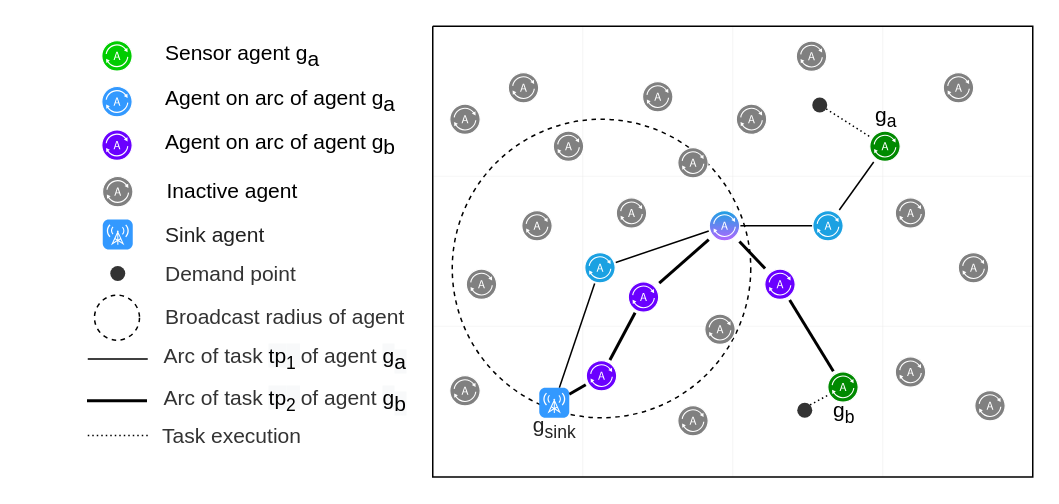
This is source/grid_concept.drawio from sevenmachines/els_energy_optimisation_and_adaptive_coverage_in_wsn_systems, a draw.io file, before an edit. Source tidied: cells renumbered, new cells numbered last; positions are measured from the earlier drawing's top-left corner, leaving out a move shared by most shapes. Both pictures are drawn from the tidied source at 150%, with x=0, y=0 at pixel (87, 26).
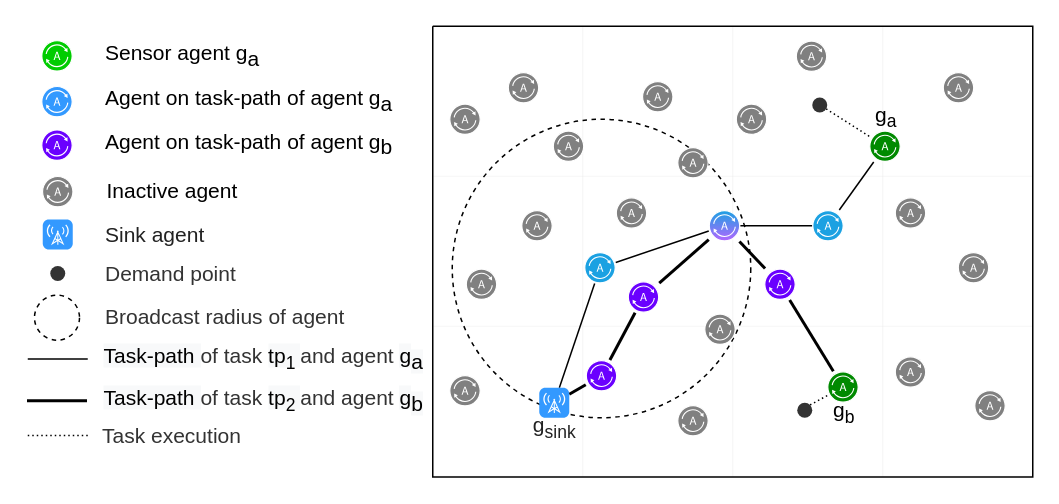
Above is the later version.

Commit message (it also covers changes not shown here):
Remove arcs from diagrams and replace with task-paths

Change to the diagram source:
```diff
@@
     <mxCell id="8" value="Sensor agent g&lt;sub style=&quot;font-size: 14px&quot;&gt;a&lt;/sub&gt;" style="shadow=0;dashed=0;html=1;labelPosition=right;verticalLabelPosition=middle;verticalAlign=middle;align=left;shape=mxgraph.veeam2.agent;labelBackgroundColor=none;fillColor=#00CC00;spacingLeft=20;fontSize=14;" parent="1" vertex="1">
-      <mxGeometry x="9" y="9.3" width="21" height="21" as="geometry" />
+      <mxGeometry x="-31" y="9.3" width="21" height="21" as="geometry" />
     </mxCell>
-    <mxCell id="9" value="Agent on arc of agent g&lt;sub style=&quot;font-size: 14px&quot;&gt;a&lt;/sub&gt;" style="shadow=0;dashed=0;html=1;labelPosition=right;verticalLabelPosition=middle;verticalAlign=middle;align=left;shape=mxgraph.veeam2.agent;labelBackgroundColor=none;fillColor=#3399FF;spacingLeft=20;fontSize=14;" parent="1" vertex="1">
-      <mxGeometry x="9" y="39.8" width="21" height="21" as="geometry" />
+    <mxCell id="9" value="Agent on task-path of agent g&lt;sub style=&quot;font-size: 14px&quot;&gt;a&lt;/sub&gt;" style="shadow=0;dashed=0;html=1;labelPosition=right;verticalLabelPosition=middle;verticalAlign=middle;align=left;shape=mxgraph.veeam2.agent;labelBackgroundColor=none;fillColor=#3399FF;spacingLeft=20;fontSize=14;" parent="1" vertex="1">
+      <mxGeometry x="-31" y="39.8" width="21" height="21" as="geometry" />
     </mxCell>
@@
     <mxCell id="44" value="Inactive agent" style="shadow=0;dashed=0;html=1;labelPosition=right;verticalLabelPosition=middle;verticalAlign=middle;align=left;shape=mxgraph.veeam2.agent;labelBackgroundColor=none;fillColor=#808080;spacingLeft=20;fontSize=14;" parent="1" vertex="1">
-      <mxGeometry x="9.5" y="99.8" width="21" height="21" as="geometry" />
+      <mxGeometry x="-30.5" y="99.8" width="21" height="21" as="geometry" />
     </mxCell>
     <mxCell id="45" value="Demand point" style="ellipse;html=1;dashed=1;labelBackgroundColor=none;fontColor=#333333;fillColor=#333333;strokeColor=none;labelPosition=right;verticalLabelPosition=middle;align=left;verticalAlign=middle;fontSize=14;textDirection=ltr;spacingLeft=25;" parent="1" vertex="1">
-      <mxGeometry x="15" y="159.8" width="10" height="10" as="geometry" />
+      <mxGeometry x="-25" y="159.8" width="10" height="10" as="geometry" />
     </mxCell>
     <mxCell id="46" value="Broadcast radius of agent" style="ellipse;html=1;labelBackgroundColor=none;strokeColor=#000000;fontColor=#333333;fillColor=none;dashed=1;labelPosition=right;verticalLabelPosition=middle;align=left;verticalAlign=middle;spacingLeft=15;fontSize=14;" parent="1" vertex="1">
-      <mxGeometry x="4.5" y="179.3" width="30" height="30" as="geometry" />
+      <mxGeometry x="-35.5" y="179.3" width="30" height="30" as="geometry" />
     </mxCell>
-    <mxCell id="47" value="Arc of task&amp;nbsp;&lt;span style=&quot;color: rgb(0 , 0 , 0) ; background-color: rgb(248 , 249 , 250)&quot;&gt;tp&lt;/span&gt;&lt;span style=&quot;color: rgb(0 , 0 , 0) ; background-color: rgb(248 , 249 , 250)&quot;&gt;&lt;sub&gt;1&amp;nbsp;&lt;/sub&gt;&lt;/span&gt;of agent&amp;nbsp;&lt;span style=&quot;color: rgb(0 , 0 , 0) ; background-color: rgb(248 , 249 , 250)&quot;&gt;g&lt;/span&gt;&lt;sub style=&quot;color: rgb(0 , 0 , 0) ; background-color: rgb(248 , 249 , 250) ; font-size: 14px&quot;&gt;a&lt;/sub&gt;" style="edgeStyle=none;rounded=0;orthogonalLoop=1;jettySize=auto;html=1;endArrow=none;endFill=0;fontColor=#333333;labelPosition=right;verticalLabelPosition=middle;align=left;verticalAlign=middle;spacingLeft=29;fontSize=14;" parent="1" edge="1">
+    <mxCell id="47" value="&lt;span style=&quot;color: rgb(0 , 0 , 0) ; background-color: rgb(248 , 249 , 250)&quot;&gt;Task-path&amp;nbsp;&lt;/span&gt;of task&amp;nbsp;&lt;span style=&quot;color: rgb(0 , 0 , 0) ; background-color: rgb(248 , 249 , 250)&quot;&gt;tp&lt;/span&gt;&lt;span style=&quot;color: rgb(0 , 0 , 0) ; background-color: rgb(248 , 249 , 250)&quot;&gt;&lt;sub&gt;1&amp;nbsp;&lt;/sub&gt;&lt;/span&gt;and agent&amp;nbsp;&lt;span style=&quot;color: rgb(0 , 0 , 0) ; background-color: rgb(248 , 249 , 250)&quot;&gt;g&lt;/span&gt;&lt;sub style=&quot;color: rgb(0 , 0 , 0) ; background-color: rgb(248 , 249 , 250) ; font-size: 14px&quot;&gt;a&lt;/sub&gt;" style="edgeStyle=none;rounded=0;orthogonalLoop=1;jettySize=auto;html=1;endArrow=none;endFill=0;fontColor=#333333;labelPosition=right;verticalLabelPosition=middle;align=left;verticalAlign=middle;spacingLeft=29;fontSize=14;" parent="1" edge="1">
       <mxGeometry relative="1" as="geometry">
-        <mxPoint y="221.8" as="sourcePoint" />
-        <mxPoint x="40" y="221.9" as="targetPoint" />
+        <mxPoint x="-40" y="221.8" as="sourcePoint" />
+        <mxPoint y="221.9" as="targetPoint" />
       </mxGeometry>
     </mxCell>
     <mxCell id="48" value="Task execution" style="edgeStyle=none;rounded=0;orthogonalLoop=1;jettySize=auto;html=1;endArrow=none;endFill=0;fontSize=14;fontColor=#333333;dashed=1;dashPattern=1 2;labelPosition=right;verticalLabelPosition=middle;align=left;verticalAlign=middle;labelBackgroundColor=none;spacingLeft=28;" parent="1" edge="1">
       <mxGeometry relative="1" as="geometry">
-        <mxPoint x="40" y="272.8" as="sourcePoint" />
-        <mxPoint y="272.8" as="targetPoint" />
+        <mxPoint y="272.8" as="sourcePoint" />
+        <mxPoint x="-40" y="272.8" as="targetPoint" />
       </mxGeometry>
     </mxCell>
@@
-    <mxCell id="51" value="&lt;font color=&quot;#000000&quot;&gt;Agent on arc of agent g&lt;sub style=&quot;font-size: 14px&quot;&gt;b&lt;/sub&gt;&lt;/font&gt;" style="shadow=0;dashed=0;html=1;labelPosition=right;verticalLabelPosition=middle;verticalAlign=middle;align=left;shape=mxgraph.veeam2.agent;labelBackgroundColor=none;fillColor=#6a00ff;spacingLeft=20;fontSize=14;strokeColor=#3700CC;fontColor=#ffffff;" parent="1" vertex="1">
-      <mxGeometry x="9" y="68.8" width="21" height="21" as="geometry" />
+    <mxCell id="51" value="&lt;font color=&quot;#000000&quot;&gt;Agent on&amp;nbsp;&lt;/font&gt;&lt;span style=&quot;color: rgb(0 , 0 , 0)&quot;&gt;task-path&amp;nbsp;&lt;/span&gt;&lt;font color=&quot;#000000&quot;&gt;of agent g&lt;sub style=&quot;font-size: 14px&quot;&gt;b&lt;/sub&gt;&lt;/font&gt;" style="shadow=0;dashed=0;html=1;labelPosition=right;verticalLabelPosition=middle;verticalAlign=middle;align=left;shape=mxgraph.veeam2.agent;labelBackgroundColor=none;fillColor=#6a00ff;spacingLeft=20;fontSize=14;strokeColor=#3700CC;fontColor=#ffffff;" parent="1" vertex="1">
+      <mxGeometry x="-31" y="68.8" width="21" height="21" as="geometry" />
     </mxCell>
-    <mxCell id="52" value="Arc of task&amp;nbsp;&lt;span style=&quot;color: rgb(0 , 0 , 0) ; background-color: rgb(248 , 249 , 250)&quot;&gt;tp&lt;/span&gt;&lt;span style=&quot;color: rgb(0 , 0 , 0) ; background-color: rgb(248 , 249 , 250)&quot;&gt;&lt;sub&gt;2&amp;nbsp;&lt;/sub&gt;&lt;/span&gt;of agent&amp;nbsp;&lt;span style=&quot;color: rgb(0 , 0 , 0) ; background-color: rgb(248 , 249 , 250)&quot;&gt;g&lt;/span&gt;&lt;sub style=&quot;color: rgb(0 , 0 , 0) ; background-color: rgb(248 , 249 , 250) ; font-size: 14px&quot;&gt;b&lt;/sub&gt;" style="edgeStyle=none;rounded=0;orthogonalLoop=1;jettySize=auto;html=1;endArrow=none;endFill=0;fontColor=#333333;labelPosition=right;verticalLabelPosition=middle;align=left;verticalAlign=middle;spacingLeft=29;fontSize=14;strokeWidth=2;" parent="1" edge="1">
+    <mxCell id="52" value="&lt;span style=&quot;color: rgb(0 , 0 , 0) ; background-color: rgb(248 , 249 , 250)&quot;&gt;Task-path&amp;nbsp;&lt;/span&gt;of task&amp;nbsp;&lt;span style=&quot;color: rgb(0 , 0 , 0) ; background-color: rgb(248 , 249 , 250)&quot;&gt;tp&lt;/span&gt;&lt;span style=&quot;color: rgb(0 , 0 , 0) ; background-color: rgb(248 , 249 , 250)&quot;&gt;&lt;sub&gt;2&amp;nbsp;&lt;/sub&gt;&lt;/span&gt;and agent&amp;nbsp;&lt;span style=&quot;color: rgb(0 , 0 , 0) ; background-color: rgb(248 , 249 , 250)&quot;&gt;g&lt;/span&gt;&lt;sub style=&quot;color: rgb(0 , 0 , 0) ; background-color: rgb(248 , 249 , 250) ; font-size: 14px&quot;&gt;b&lt;/sub&gt;" style="edgeStyle=none;rounded=0;orthogonalLoop=1;jettySize=auto;html=1;endArrow=none;endFill=0;fontColor=#333333;labelPosition=right;verticalLabelPosition=middle;align=left;verticalAlign=middle;spacingLeft=29;fontSize=14;strokeWidth=2;" parent="1" edge="1">
       <mxGeometry relative="1" as="geometry">
-        <mxPoint x="-0.5" y="249.6" as="sourcePoint" />
-        <mxPoint x="39.5" y="249.6" as="targetPoint" />
+        <mxPoint x="-40.5" y="249.6" as="sourcePoint" />
+        <mxPoint x="-0.5" y="249.6" as="targetPoint" />
       </mxGeometry>
     </mxCell>
     <mxCell id="53" value="Sink agent" style="html=1;strokeWidth=1;shadow=0;dashed=0;shape=mxgraph.ios7.misc.broadcast;strokeColor=none;buttonText=;strokeColor2=#222222;fontColor=#222222;fontSize=14;verticalLabelPosition=middle;verticalAlign=middle;align=left;fillColor=#3399FF;spacingTop=0;labelPosition=right;spacingLeft=20;" parent="1" vertex="1">
-      <mxGeometry x="10" y="128.8" width="20" height="20" as="geometry" />
+      <mxGeometry x="-30" y="128.8" width="20" height="20" as="geometry" />
     </mxCell>
```
